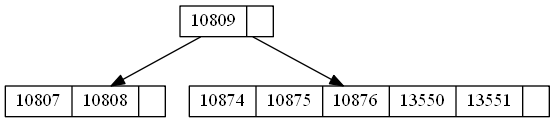
The Graphviz diagram Graphics/Épico.png in Guillermo-O-C/EDD_1S20200_PY2_201801366, before a commit. Its source is kept beside it as TextFiles/Épico.dot.
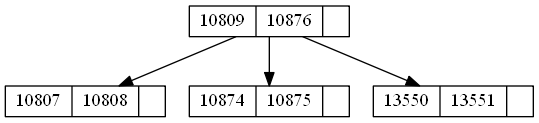
The same diagram one commit later.

Diff of the diagram source:
```diff
@@ -1,7 +1,9 @@
 digraph G {
  node [shape = record,height=.1];10809->10807;
 10809->10874;
-10809[label = "<f0>10809|"];
+10809->13550;
+10809[label = "<f0>10809|<f1>10876|"];
 10807[label = "<f0>10807|<f1>10808|"];
-10874[label = "<f0>10874|<f1>10875|<f2>10876|<f3>13550|<f4>13551|"];
+10874[label = "<f0>10874|<f1>10875|"];
+13550[label = "<f0>13550|<f1>13551|"];
 }
```
